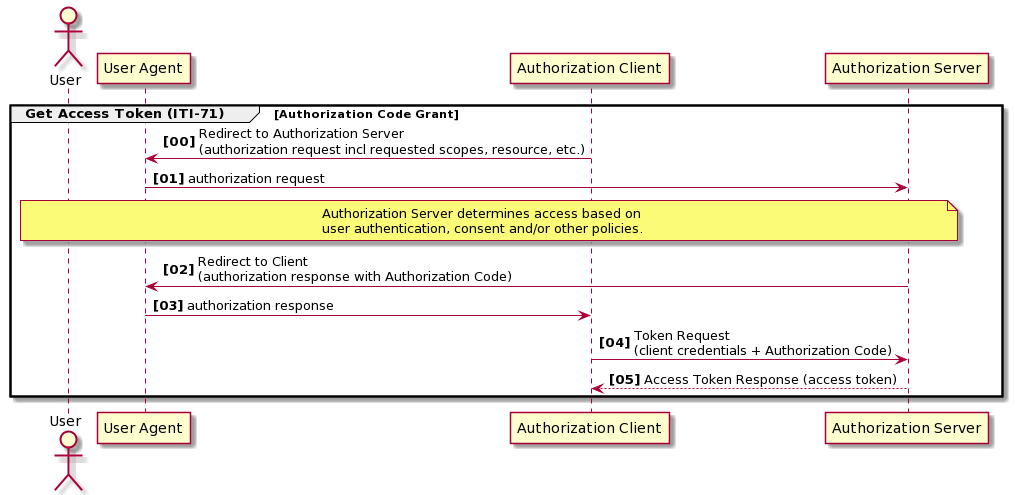
Before: media/authorization-code-grant.png, a diagram exported from PlantUML (IHE/ITI.IUA).
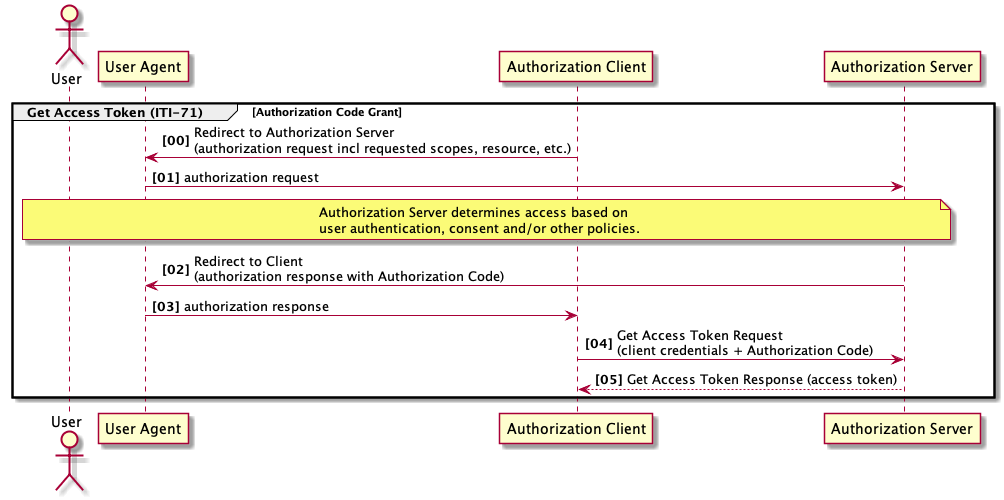
The same diagram one commit later.

Commit message:
Fixed Issue: Figure 3.71.4.1.2.2-1 #51

Diff of the diagram source:
```diff
@@ -1,4 +1,5 @@
-@startuml
+@startuml authorization-code-grant
+
 actor User
 
 participant "User Agent" as UserAgent
@@ -19,7 +20,8 @@
 AuthzServer -> UserAgent: Redirect to Client \n(authorization response with Authorization Code)
 UserAgent -> Client: authorization response
 
-Client -> AuthzServer: Token Request \n(client credentials + Authorization Code)
-AuthzServer --> Client: Access Token Response (access token)
+Client -> AuthzServer: Get Access Token Request \n(client credentials + Authorization Code)
+AuthzServer --> Client: Get Access Token Response (access token)
 end
+
 @enduml
```
